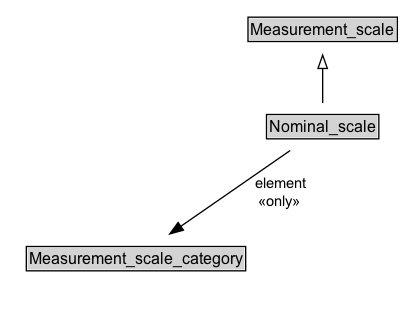
ISO-TC204/ontology-i72-v1 keeps this Graphviz diagram as docs/diagrams/Nominal_scale.dot.png. Above is the earlier version. Its source is kept beside it as docs/diagrams/Nominal_scale.dot.
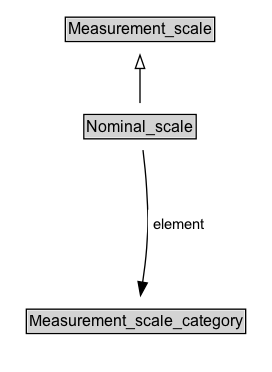
The same diagram one commit later.

Diff of the diagram source:
```diff
@@ -3,18 +3,21 @@
 	node [fontname=Arial fontsize=12 margin=0 shape=none]
 	edge [fontname=Arial fontsize=11]
 	{
+		rank=source
+		Measurement_scale [label=<<TABLE BORDER="1" CELLBORDER="0" CELLSPACING="0" CELLPADDING="1"><TR><TD BGCOLOR="lightgray" ALIGN="CENTER">Measurement_scale</TD></TR></TABLE>> URL="../Measurement_scale" margin=0]
+	}
+	Nominal_scale [label=<<TABLE BORDER="1" CELLBORDER="0" CELLSPACING="0" CELLPADDING="1"><TR><TD BGCOLOR="lightgray" ALIGN="CENTER">Nominal_scale</TD></TR></TABLE>> URL="../Nominal_scale" margin=0]
+	{
 		rank=max
-		Nominal_scale [label=<<TABLE BORDER="1" CELLBORDER="0" CELLSPACING="0" CELLPADDING="1"><TR><TD BGCOLOR="lightgray" ALIGN="CENTER" PORT="e">Nominal_scale</TD></TR></TABLE>> URL="../Nominal_scale.md" margin=0]
 	}
 	subgraph cluster_associated {
 		label="" style=invis
 		Invis [label=<<TABLE BORDER="0" CELLBORDER="0" CELLSPACING="0" CELLPADDING="1"><TR><TD></TD></TR></TABLE>> margin=0 style=invis]
-		Measurement_scale_category [label=<<TABLE BORDER="1" CELLBORDER="0" CELLSPACING="0" CELLPADDING="1"><TR><TD BGCOLOR="lightgray" ALIGN="CENTER">Measurement_scale_category</TD></TR></TABLE>> URL="../Measurement_scale_category.md" margin=0]
+		Measurement_scale_category [label=<<TABLE BORDER="1" CELLBORDER="0" CELLSPACING="0" CELLPADDING="1"><TR><TD BGCOLOR="lightgray" ALIGN="CENTER">Measurement_scale_category</TD></TR></TABLE>> URL="../Measurement_scale_category" margin=0]
 	}
-	Measurement_scale [label=<<TABLE BORDER="1" CELLBORDER="0" CELLSPACING="0" CELLPADDING="1"><TR><TD BGCOLOR="lightgray" ALIGN="CENTER">Measurement_scale</TD></TR></TABLE>> URL="../Measurement_scale.md" margin=0]
 	Nominal_scale -> Measurement_scale [arrowhead=onormal style=solid]
 	Nominal_scale -> Invis [style=invis]
 	Invis -> Measurement_scale_category [style=invis]
-	Nominal_scale -> Measurement_scale_category [label=" element
- «only»  " arrowhead=normal style=solid]
+	Measurement_scale_category [label=<<TABLE BORDER="1" CELLBORDER="0" CELLSPACING="0" CELLPADDING="1"><TR><TD BGCOLOR="lightgray" ALIGN="CENTER">Measurement_scale_category</TD></TR></TABLE>> URL="../Measurement_scale_category" margin=0]
+	Nominal_scale -> Measurement_scale_category [label=<<TABLE BORDER="0" CELLBORDER="0" CELLSPACING="0" CELLPADDING="4" BGCOLOR="white"><TR><TD ALIGN="CENTER">element</TD></TR></TABLE>> arrowhead=normal style=solid]
 }
```
